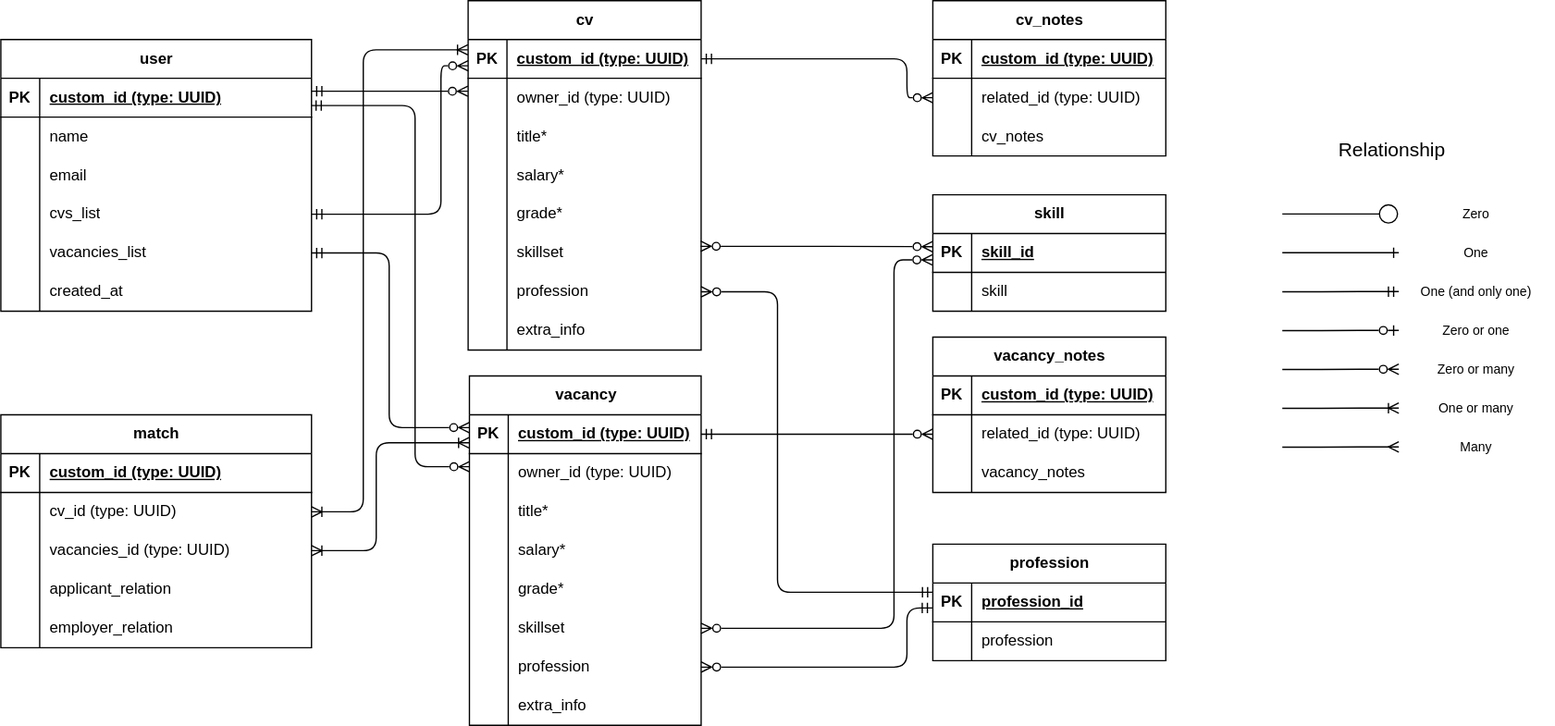
BarankinaWork/test keeps this draw.io diagram as schemabd.svg. Above is the earlier version. Source tidied: cells renumbered, new cells last; positions are measured from the earlier drawing's top-left corner, leaving out a move shared by most shapes.
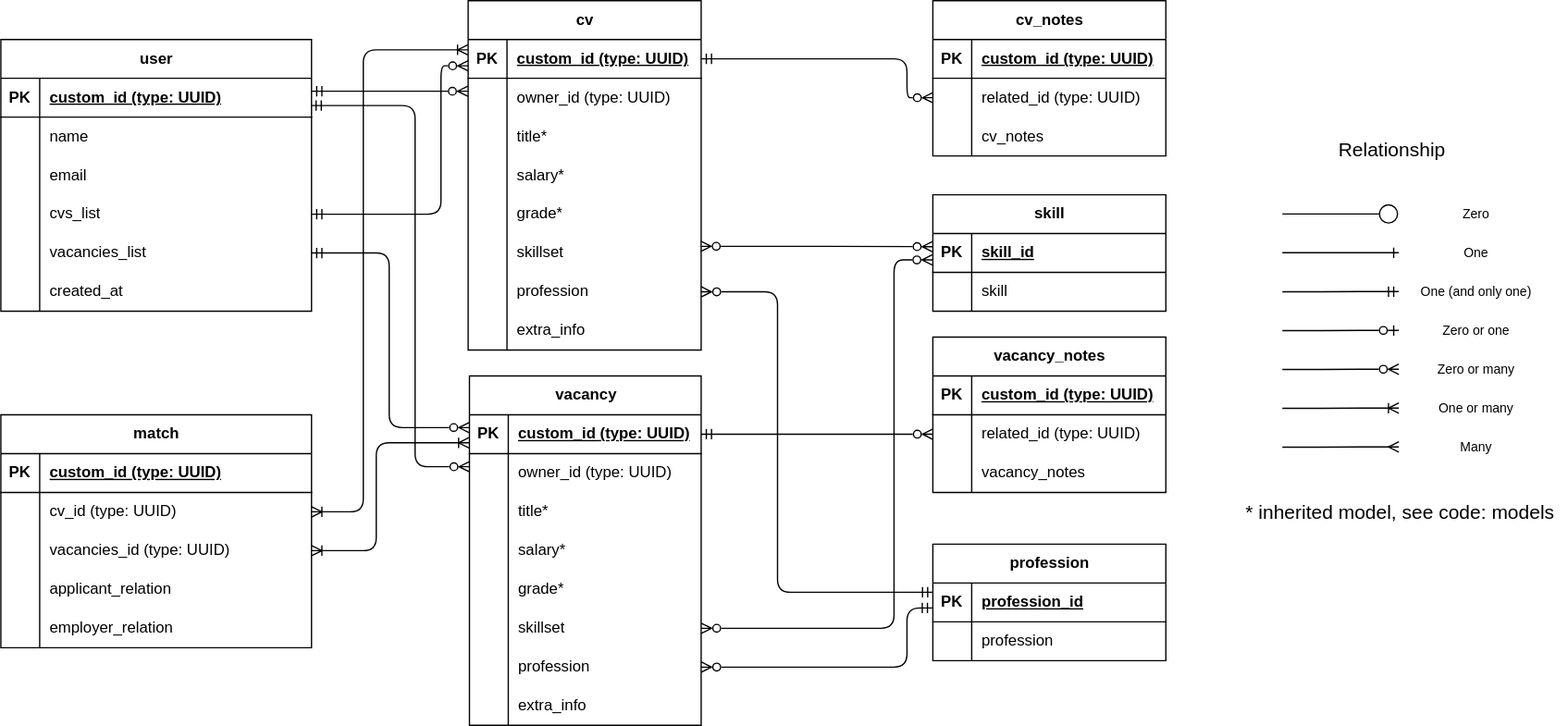
Above is the later version.

The edit, as a diff of the source:
```diff
@@ -501,5 +501,8 @@
     <mxCell id="147" value="Zero or one" style="text;html=1;strokeColor=none;fillColor=none;align=center;verticalAlign=middle;whiteSpace=wrap;rounded=0;fontSize=10;" parent="1" vertex="1">
       <mxGeometry x="1085" y="240" width="110" height="30" as="geometry" />
     </mxCell>
+    <mxCell id="148" value="* inherited model, see code: &lt;a style=&quot;font-size: 15px;&quot; href=&quot;https://github.com/roll-over/unknown-interview/tree/main/backend/app/db/models&quot;&gt;models&lt;/a&gt;" style="text;html=1;strokeColor=none;fillColor=none;align=left;verticalAlign=middle;whiteSpace=wrap;rounded=0;fontSize=15;" parent="1" vertex="1">
+      <mxGeometry x="960" y="370" width="250" height="50" as="geometry" />
+    </mxCell>
   </root>
 </mxGraphModel>
```
